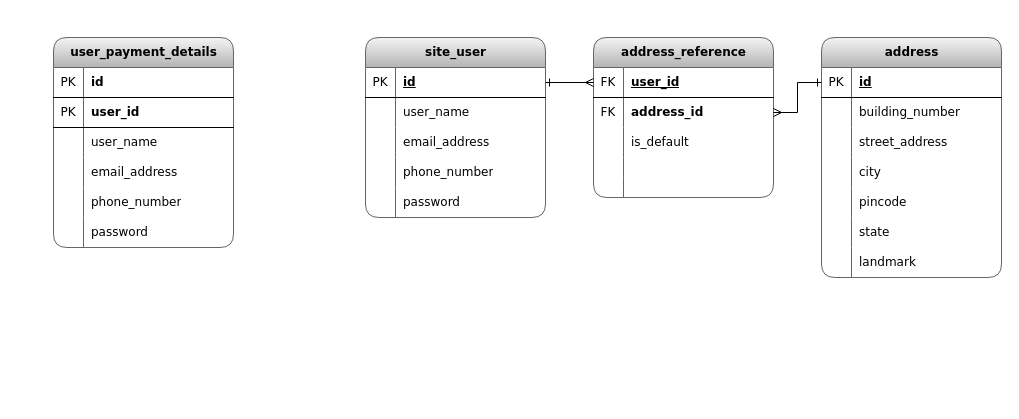
Before: e-commerce.drawio in SanjibSaikia/Data-Modelling, a draw.io diagram. Source tidied: cells renumbered, new cells numbered last; positions are measured from the earlier drawing's top-left corner, leaving out a move shared by most shapes. Both pictures are drawn from the tidied source at 100%, with x=0, y=0 at pixel (53, 37).
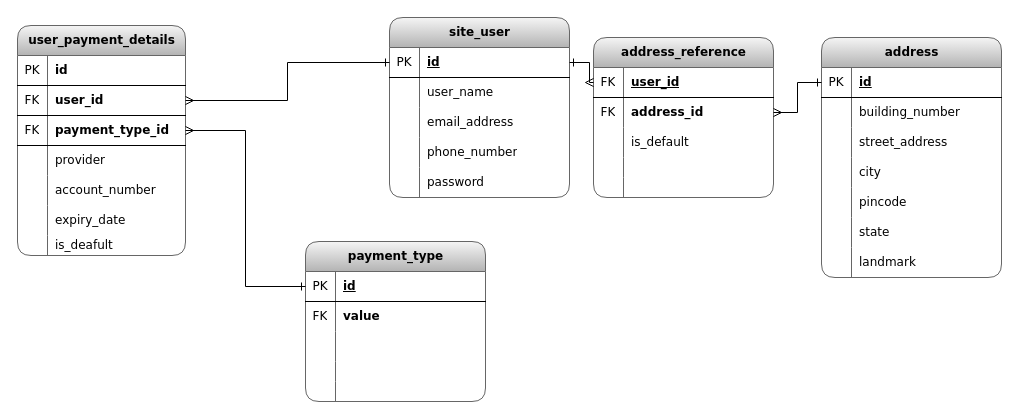
Above is the later version.

The change refers to these unchanged cells:
```xml
<mxCell id="3" style="shape=tableRow;horizontal=0;startSize=0;swimlaneHead=0;swimlaneBody=0;fillColor=none;points=[[0,0.5],[1,0.5]];portConstraint=eastwest;top=0;left=0;right=0;bottom=1;fontFamily=Verdana;fontStyle=0;" parent="2" vertex="1">
  <mxGeometry y="30" width="180" height="30" as="geometry" />
</mxCell>
```

What changed in the source:
```diff
@@
     <mxCell id="2" value="&lt;b&gt;site_user&lt;/b&gt;" style="shape=table;startSize=30;childLayout=tableLayout;rowLines=0;fontStyle=0;align=center;html=1;strokeColor=#666666;swimlaneLine=1;rounded=1;shadow=0;fontFamily=Verdana;fillColor=#f5f5f5;gradientColor=#b3b3b3;" parent="1" vertex="1">
-      <mxGeometry x="312" width="180" height="180" as="geometry" />
+      <mxGeometry x="336" y="-20" width="180" height="180" as="geometry" />
     </mxCell>
@@
-    <mxCell id="58" value="&lt;b&gt;user_payment_details&lt;/b&gt;" style="shape=table;startSize=30;childLayout=tableLayout;rowLines=0;fontStyle=0;align=center;html=1;strokeColor=#666666;swimlaneLine=1;rounded=1;shadow=0;fontFamily=Verdana;fillColor=#f5f5f5;gradientColor=#b3b3b3;" parent="1" vertex="1">
-      <mxGeometry width="180" height="210" as="geometry" />
+    <mxCell id="58" value="&lt;span&gt;user_payment_details&lt;/span&gt;" style="shape=table;startSize=30;childLayout=tableLayout;rowLines=0;fontStyle=1;align=center;html=1;strokeColor=#666666;swimlaneLine=1;rounded=1;shadow=0;fontFamily=Verdana;fillColor=#f5f5f5;gradientColor=#b3b3b3;" parent="1" vertex="1">
+      <mxGeometry x="-36" y="-12" width="168" height="230" as="geometry" />
     </mxCell>
     <mxCell id="59" style="shape=tableRow;horizontal=0;startSize=0;swimlaneHead=0;swimlaneBody=0;fillColor=none;top=0;left=0;right=0;bottom=1;fontFamily=Verdana;fontStyle=0;" parent="58" vertex="1">
-      <mxGeometry y="30" width="180" height="30" as="geometry" />
+      <mxGeometry y="30" width="168" height="30" as="geometry" />
     </mxCell>
@@
     <mxCell id="61" value="id" style="shape=partialRectangle;fillColor=none;top=0;left=0;bottom=0;right=0;align=left;spacingLeft=6;fontStyle=1;overflow=hidden;whiteSpace=wrap;html=1;fontFamily=Verdana;" parent="59" vertex="1">
-      <mxGeometry x="30" width="150" height="30" as="geometry" />
+      <mxGeometry x="30" width="138" height="30" as="geometry" />
     </mxCell>
+    <mxCell id="77" style="shape=tableRow;horizontal=0;startSize=0;swimlaneHead=0;swimlaneBody=0;fillColor=none;points=[[0,0.5],[1,0.5]];portConstraint=eastwest;top=0;left=0;right=0;bottom=1;fontFamily=Verdana;fontStyle=0;" parent="58" vertex="1">
+      <mxGeometry y="60" width="168" height="30" as="geometry" />
+    </mxCell>
+    <mxCell id="78" value="FK" style="shape=partialRectangle;fillColor=none;top=0;left=0;bottom=0;right=0;fontStyle=0;overflow=hidden;whiteSpace=wrap;html=1;fontFamily=Verdana;" parent="77" vertex="1">
+      <mxGeometry width="30" height="30" as="geometry" />
+    </mxCell>
+    <mxCell id="79" value="user_id" style="shape=partialRectangle;fillColor=none;top=0;left=0;bottom=0;right=0;align=left;spacingLeft=6;fontStyle=1;overflow=hidden;whiteSpace=wrap;html=1;fontFamily=Verdana;" parent="77" vertex="1">
+      <mxGeometry x="30" width="138" height="30" as="geometry" />
+    </mxCell>
     <mxCell id="62" style="shape=tableRow;horizontal=0;startSize=0;swimlaneHead=0;swimlaneBody=0;fillColor=none;points=[[0,0.5],[1,0.5]];portConstraint=eastwest;top=0;left=0;right=0;bottom=1;fontFamily=Verdana;fontStyle=0;" parent="58" vertex="1">
-      <mxGeometry y="60" width="180" height="30" as="geometry" />
+      <mxGeometry y="90" width="168" height="30" as="geometry" />
     </mxCell>
-    <mxCell id="63" value="PK" style="shape=partialRectangle;fillColor=none;top=0;left=0;bottom=0;right=0;fontStyle=0;overflow=hidden;whiteSpace=wrap;html=1;fontFamily=Verdana;" parent="62" vertex="1">
+    <mxCell id="63" value="FK" style="shape=partialRectangle;fillColor=none;top=0;left=0;bottom=0;right=0;fontStyle=0;overflow=hidden;whiteSpace=wrap;html=1;fontFamily=Verdana;" parent="62" vertex="1">
       <mxGeometry width="30" height="30" as="geometry" />
     </mxCell>
-    <mxCell id="64" value="user_id" style="shape=partialRectangle;fillColor=none;top=0;left=0;bottom=0;right=0;align=left;spacingLeft=6;fontStyle=1;overflow=hidden;whiteSpace=wrap;html=1;fontFamily=Verdana;" parent="62" vertex="1">
-      <mxGeometry x="30" width="150" height="30" as="geometry" />
+    <mxCell id="64" value="payment_type_id" style="shape=partialRectangle;fillColor=none;top=0;left=0;bottom=0;right=0;align=left;spacingLeft=6;fontStyle=1;overflow=hidden;whiteSpace=wrap;html=1;fontFamily=Verdana;" parent="62" vertex="1">
+      <mxGeometry x="30" width="138" height="30" as="geometry" />
     </mxCell>
-    <mxCell id="65" style="shape=tableRow;horizontal=0;startSize=0;swimlaneHead=0;swimlaneBody=0;fillColor=none;top=0;left=0;right=0;bottom=0;fontFamily=Verdana;fontStyle=0;" parent="58" vertex="1">
-      <mxGeometry y="90" width="180" height="30" as="geometry" />
-    </mxCell>
-    <mxCell id="66" style="shape=partialRectangle;fillColor=none;top=0;left=0;bottom=0;right=0;overflow=hidden;whiteSpace=wrap;html=1;fontFamily=Verdana;fontStyle=0;" parent="65" vertex="1">
-      <mxGeometry width="30" height="30" as="geometry" />
-    </mxCell>
-    <mxCell id="67" value="user_name" style="shape=partialRectangle;fillColor=none;top=0;left=0;bottom=0;right=0;align=left;spacingLeft=6;overflow=hidden;whiteSpace=wrap;html=1;fontStyle=0;fontFamily=Verdana;" parent="65" vertex="1">
-      <mxGeometry x="30" width="150" height="30" as="geometry" />
-    </mxCell>
+    <mxCell id="80" style="shape=tableRow;horizontal=0;startSize=0;swimlaneHead=0;swimlaneBody=0;fillColor=none;top=0;left=0;right=0;bottom=0;fontFamily=Verdana;fontStyle=0;" parent="58" vertex="1">
+      <mxGeometry y="120" width="168" height="30" as="geometry" />
+    </mxCell>
+    <mxCell id="81" style="shape=partialRectangle;fillColor=none;top=0;left=0;bottom=0;right=0;overflow=hidden;whiteSpace=wrap;html=1;fontFamily=Verdana;fontStyle=0;" parent="80" vertex="1">
+      <mxGeometry width="30" height="30" as="geometry" />
+    </mxCell>
+    <mxCell id="82" value="provider" style="shape=partialRectangle;fillColor=none;top=0;left=0;bottom=0;right=0;align=left;spacingLeft=6;overflow=hidden;whiteSpace=wrap;html=1;fontStyle=0;fontFamily=Verdana;" parent="80" vertex="1">
+      <mxGeometry x="30" width="138" height="30" as="geometry" />
+    </mxCell>
     <mxCell id="68" style="shape=tableRow;horizontal=0;startSize=0;swimlaneHead=0;swimlaneBody=0;fillColor=none;top=0;left=0;right=0;bottom=0;fontFamily=Verdana;fontStyle=0;" parent="58" vertex="1">
-      <mxGeometry y="120" width="180" height="30" as="geometry" />
+      <mxGeometry y="150" width="168" height="30" as="geometry" />
     </mxCell>
@@
-    <mxCell id="70" value="email_address" style="shape=partialRectangle;fillColor=none;top=0;left=0;bottom=0;right=0;align=left;spacingLeft=6;overflow=hidden;whiteSpace=wrap;html=1;fontStyle=0;fontFamily=Verdana;" parent="68" vertex="1">
-      <mxGeometry x="30" width="150" height="30" as="geometry" />
+    <mxCell id="70" value="account_number" style="shape=partialRectangle;fillColor=none;top=0;left=0;bottom=0;right=0;align=left;spacingLeft=6;overflow=hidden;whiteSpace=wrap;html=1;fontStyle=0;fontFamily=Verdana;" parent="68" vertex="1">
+      <mxGeometry x="30" width="138" height="30" as="geometry" />
     </mxCell>
     <mxCell id="71" style="shape=tableRow;horizontal=0;startSize=0;swimlaneHead=0;swimlaneBody=0;fillColor=none;top=0;left=0;right=0;bottom=0;fontFamily=Verdana;fontStyle=0;" parent="58" vertex="1">
-      <mxGeometry y="150" width="180" height="30" as="geometry" />
+      <mxGeometry y="180" width="168" height="30" as="geometry" />
     </mxCell>
@@
-    <mxCell id="73" value="phone_number" style="shape=partialRectangle;fillColor=none;top=0;left=0;bottom=0;right=0;align=left;spacingLeft=6;overflow=hidden;whiteSpace=wrap;html=1;fontStyle=0;fontFamily=Verdana;" parent="71" vertex="1">
-      <mxGeometry x="30" width="150" height="30" as="geometry" />
+    <mxCell id="73" value="expiry_date" style="shape=partialRectangle;fillColor=none;top=0;left=0;bottom=0;right=0;align=left;spacingLeft=6;overflow=hidden;whiteSpace=wrap;html=1;fontStyle=0;fontFamily=Verdana;" parent="71" vertex="1">
+      <mxGeometry x="30" width="138" height="30" as="geometry" />
     </mxCell>
     <mxCell id="74" style="shape=tableRow;horizontal=0;startSize=0;swimlaneHead=0;swimlaneBody=0;fillColor=none;top=0;left=0;right=0;bottom=0;fontFamily=Verdana;fontStyle=0;" parent="58" vertex="1">
-      <mxGeometry y="180" width="180" height="30" as="geometry" />
+      <mxGeometry y="210" width="168" height="20" as="geometry" />
     </mxCell>
     <mxCell id="75" style="shape=partialRectangle;fillColor=none;top=0;left=0;bottom=0;right=0;overflow=hidden;whiteSpace=wrap;html=1;fontFamily=Verdana;fontStyle=0;" parent="74" vertex="1">
-      <mxGeometry width="30" height="30" as="geometry" />
+      <mxGeometry width="30" height="20" as="geometry" />
     </mxCell>
-    <mxCell id="76" value="password" style="shape=partialRectangle;fillColor=none;top=0;left=0;bottom=0;right=0;align=left;spacingLeft=6;overflow=hidden;whiteSpace=wrap;html=1;fontStyle=0;fontFamily=Verdana;" parent="74" vertex="1">
-      <mxGeometry x="30" width="150" height="30" as="geometry" />
+    <mxCell id="76" value="is_deafult" style="shape=partialRectangle;fillColor=none;top=0;left=0;bottom=0;right=0;align=left;spacingLeft=6;overflow=hidden;whiteSpace=wrap;html=1;fontStyle=0;fontFamily=Verdana;" parent="74" vertex="1">
+      <mxGeometry x="30" width="138" height="20" as="geometry" />
     </mxCell>
+    <mxCell id="83" style="edgeStyle=orthogonalEdgeStyle;rounded=0;jettySize=auto;html=1;exitX=0;exitY=0.5;exitDx=0;exitDy=0;entryX=1;entryY=0.5;entryDx=0;entryDy=0;startArrow=ERone;startFill=0;endArrow=ERmany;endFill=0;" parent="1" edge="1" source="3" target="77">
+      <mxGeometry relative="1" as="geometry" />
+    </mxCell>
+    <mxCell id="84" value="&lt;b&gt;payment_type&lt;/b&gt;" style="shape=table;startSize=30;childLayout=tableLayout;rowLines=0;fontStyle=0;align=center;html=1;strokeColor=#666666;swimlaneLine=1;rounded=1;shadow=0;fontFamily=Verdana;fillColor=#f5f5f5;gradientColor=#b3b3b3;" parent="1" vertex="1">
+      <mxGeometry x="252" y="204" width="180" height="160" as="geometry" />
+    </mxCell>
+    <mxCell id="85" style="shape=tableRow;horizontal=0;startSize=0;swimlaneHead=0;swimlaneBody=0;fillColor=none;points=[[0,0.5],[1,0.5]];portConstraint=eastwest;top=0;left=0;right=0;bottom=1;fontFamily=Verdana;fontStyle=0;" parent="84" vertex="1">
+      <mxGeometry y="30" width="180" height="30" as="geometry" />
+    </mxCell>
+    <mxCell id="86" value="PK" style="shape=partialRectangle;fillColor=none;top=0;left=0;bottom=0;right=0;fontStyle=0;overflow=hidden;whiteSpace=wrap;html=1;fontFamily=Verdana;" parent="85" vertex="1">
+      <mxGeometry width="30" height="30" as="geometry" />
+    </mxCell>
+    <mxCell id="87" value="id" style="shape=partialRectangle;fillColor=none;top=0;left=0;bottom=0;right=0;align=left;spacingLeft=6;fontStyle=5;overflow=hidden;whiteSpace=wrap;html=1;fontFamily=Verdana;" parent="85" vertex="1">
+      <mxGeometry x="30" width="150" height="30" as="geometry" />
+    </mxCell>
+    <mxCell id="88" style="shape=tableRow;horizontal=0;startSize=0;swimlaneHead=0;swimlaneBody=0;fillColor=none;top=0;left=0;right=0;bottom=0;fontFamily=Verdana;fontStyle=0;" parent="84" vertex="1">
+      <mxGeometry y="60" width="180" height="30" as="geometry" />
+    </mxCell>
+    <mxCell id="89" value="FK" style="shape=partialRectangle;fillColor=none;top=0;left=0;bottom=0;right=0;overflow=hidden;whiteSpace=wrap;html=1;fontFamily=Verdana;fontStyle=0;" parent="88" vertex="1">
+      <mxGeometry width="30" height="30" as="geometry" />
+    </mxCell>
+    <mxCell id="90" value="&lt;span style=&quot;font-weight: 700;&quot;&gt;value&lt;/span&gt;" style="shape=partialRectangle;fillColor=none;top=0;left=0;bottom=0;right=0;align=left;spacingLeft=6;overflow=hidden;whiteSpace=wrap;html=1;fontStyle=0;fontFamily=Verdana;" parent="88" vertex="1">
+      <mxGeometry x="30" width="150" height="30" as="geometry" />
+    </mxCell>
+    <mxCell id="65" style="shape=tableRow;horizontal=0;startSize=0;swimlaneHead=0;swimlaneBody=0;fillColor=none;top=0;left=0;right=0;bottom=0;fontFamily=Verdana;fontStyle=0;" parent="84" vertex="1">
+      <mxGeometry y="90" width="180" height="30" as="geometry" />
+    </mxCell>
+    <mxCell id="91" style="shape=partialRectangle;fillColor=none;top=0;left=0;bottom=0;right=0;overflow=hidden;whiteSpace=wrap;html=1;fontFamily=Verdana;fontStyle=0;" parent="65" vertex="1">
+      <mxGeometry width="30" height="30" as="geometry" />
+    </mxCell>
+    <mxCell id="92" style="shape=partialRectangle;fillColor=none;top=0;left=0;bottom=0;right=0;align=left;spacingLeft=6;overflow=hidden;whiteSpace=wrap;html=1;fontStyle=0;fontFamily=Verdana;" parent="65" vertex="1">
+      <mxGeometry x="30" width="150" height="30" as="geometry" />
+    </mxCell>
+    <mxCell id="93" style="shape=tableRow;horizontal=0;startSize=0;swimlaneHead=0;swimlaneBody=0;fillColor=none;top=0;left=0;right=0;bottom=0;fontFamily=Verdana;fontStyle=0;" parent="84" vertex="1">
+      <mxGeometry y="120" width="180" height="20" as="geometry" />
+    </mxCell>
+    <mxCell id="94" style="shape=partialRectangle;fillColor=none;top=0;left=0;bottom=0;right=0;overflow=hidden;whiteSpace=wrap;html=1;fontFamily=Verdana;fontStyle=0;" parent="93" vertex="1">
+      <mxGeometry width="30" height="20" as="geometry" />
+    </mxCell>
+    <mxCell id="95" style="shape=partialRectangle;fillColor=none;top=0;left=0;bottom=0;right=0;align=left;spacingLeft=6;overflow=hidden;whiteSpace=wrap;html=1;fontStyle=0;fontFamily=Verdana;" parent="93" vertex="1">
+      <mxGeometry x="30" width="150" height="20" as="geometry" />
+    </mxCell>
+    <mxCell id="96" style="shape=tableRow;horizontal=0;startSize=0;swimlaneHead=0;swimlaneBody=0;fillColor=none;top=0;left=0;right=0;bottom=0;fontFamily=Verdana;fontStyle=0;" parent="84" vertex="1">
+      <mxGeometry y="140" width="180" height="20" as="geometry" />
+    </mxCell>
+    <mxCell id="97" style="shape=partialRectangle;fillColor=none;top=0;left=0;bottom=0;right=0;overflow=hidden;whiteSpace=wrap;html=1;fontFamily=Verdana;fontStyle=0;" parent="96" vertex="1">
+      <mxGeometry width="30" height="20" as="geometry" />
+    </mxCell>
+    <mxCell id="98" style="shape=partialRectangle;fillColor=none;top=0;left=0;bottom=0;right=0;align=left;spacingLeft=6;overflow=hidden;whiteSpace=wrap;html=1;fontStyle=0;fontFamily=Verdana;" parent="96" vertex="1">
+      <mxGeometry x="30" width="150" height="20" as="geometry" />
+    </mxCell>
+    <mxCell id="99" style="edgeStyle=orthogonalEdgeStyle;rounded=0;jettySize=auto;html=1;exitX=1;exitY=0.5;exitDx=0;exitDy=0;entryX=0;entryY=0.5;entryDx=0;entryDy=0;startArrow=ERmany;startFill=0;endArrow=ERone;endFill=0;" parent="1" edge="1" source="62" target="85">
+      <mxGeometry relative="1" as="geometry" />
+    </mxCell>
```
